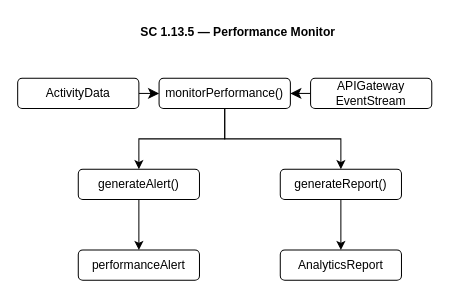
This is 03_Team_Work/Team5/Milestone_3_Components/IC_Done/AGS_M3_Team5_PerformanceMonitorSC_v01.drawio from JmmonJeremy/CareerBound-SDD, a draw.io file, before an edit. Source tidied: cells renumbered, new cells numbered last; positions are measured from the earlier drawing's top-left corner, leaving out a move shared by most shapes. Both pictures are drawn from the tidied source at 101%, with x=0, y=0 at pixel (17, 17).
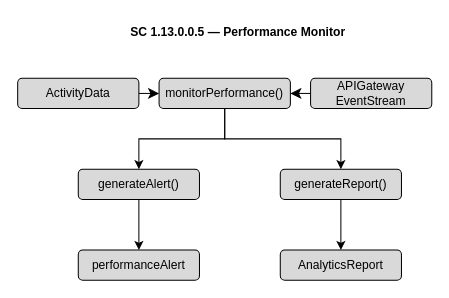
The same diagram, later.

Commit message (it also covers changes not shown here):
Team 5 Updated diagrams ESO and PM

Diff of the diagram source:
```diff
@@
 <mxGraphModel>
   <root>
     <mxCell id="0" />
     <mxCell id="1" parent="0" />
     <mxCell id="2" style="edgeStyle=none;curved=1;rounded=0;jettySize=auto;html=1;fontSize=12;startSize=8;endSize=8;" parent="1" edge="1" source="3" target="6">
       <mxGeometry relative="1" as="geometry" />
     </mxCell>
-    <mxCell id="3" value="ActivityData" style="rounded=1;whiteSpace=wrap;html=1;" parent="1" vertex="1">
+    <mxCell id="3" value="ActivityData" style="rounded=1;whiteSpace=wrap;html=1;fillColor=#D9D9D9;" parent="1" vertex="1">
       <mxGeometry y="60" width="120" height="30" as="geometry" />
     </mxCell>
     <mxCell id="4" style="edgeStyle=orthogonalEdgeStyle;rounded=0;jettySize=auto;html=1;" parent="1" edge="1" source="6" target="12">
       <mxGeometry relative="1" as="geometry" />
     </mxCell>
     <mxCell id="5" style="edgeStyle=orthogonalEdgeStyle;rounded=0;jettySize=auto;html=1;" parent="1" edge="1" source="6" target="10">
       <mxGeometry relative="1" as="geometry" />
     </mxCell>
-    <mxCell id="6" value="monitorPerformance()" style="rounded=1;whiteSpace=wrap;html=1;" parent="1" vertex="1">
+    <mxCell id="6" value="monitorPerformance()" style="rounded=1;whiteSpace=wrap;html=1;fillColor=#D9D9D9;" parent="1" vertex="1">
       <mxGeometry x="140" y="60" width="130" height="30" as="geometry" />
     </mxCell>
     <mxCell id="7" style="edgeStyle=none;curved=1;rounded=0;jettySize=auto;html=1;fontSize=12;startSize=8;endSize=8;" parent="1" edge="1" source="8" target="6">
       <mxGeometry relative="1" as="geometry" />
     </mxCell>
-    <mxCell id="8" value="APIGateway EventStream" style="rounded=1;whiteSpace=wrap;html=1;" parent="1" vertex="1">
+    <mxCell id="8" value="APIGateway EventStream" style="rounded=1;whiteSpace=wrap;html=1;fillColor=#D9D9D9;" parent="1" vertex="1">
       <mxGeometry x="290" y="60" width="120" height="30" as="geometry" />
     </mxCell>
     <mxCell id="9" style="edgeStyle=orthogonalEdgeStyle;rounded=0;jettySize=auto;html=1;entryX=0.5;entryY=0;entryDx=0;entryDy=0;" parent="1" edge="1" source="10" target="13">
       <mxGeometry relative="1" as="geometry" />
     </mxCell>
-    <mxCell id="10" value="generateAlert()" style="rounded=1;whiteSpace=wrap;html=1;" parent="1" vertex="1">
+    <mxCell id="10" value="generateAlert()" style="rounded=1;whiteSpace=wrap;html=1;fillColor=#D9D9D9;" parent="1" vertex="1">
       <mxGeometry x="60" y="150" width="120" height="30" as="geometry" />
     </mxCell>
     <mxCell id="11" style="edgeStyle=orthogonalEdgeStyle;rounded=0;jettySize=auto;html=1;" parent="1" edge="1" source="12" target="14">
       <mxGeometry relative="1" as="geometry" />
     </mxCell>
-    <mxCell id="12" value="generateReport()" style="rounded=1;whiteSpace=wrap;html=1;" parent="1" vertex="1">
+    <mxCell id="12" value="generateReport()" style="rounded=1;whiteSpace=wrap;html=1;fillColor=#D9D9D9;" parent="1" vertex="1">
       <mxGeometry x="260" y="150" width="120" height="30" as="geometry" />
     </mxCell>
-    <mxCell id="13" value="performanceAlert" style="rounded=1;whiteSpace=wrap;html=1;" parent="1" vertex="1">
+    <mxCell id="13" value="performanceAlert" style="rounded=1;whiteSpace=wrap;html=1;fillColor=#D9D9D9;" parent="1" vertex="1">
       <mxGeometry x="60" y="230" width="120" height="30" as="geometry" />
     </mxCell>
-    <mxCell id="14" value="AnalyticsReport" style="rounded=1;whiteSpace=wrap;html=1;" parent="1" vertex="1">
+    <mxCell id="14" value="AnalyticsReport" style="rounded=1;whiteSpace=wrap;html=1;fillColor=#D9D9D9;" parent="1" vertex="1">
       <mxGeometry x="260" y="230" width="120" height="30" as="geometry" />
     </mxCell>
-    <mxCell id="15" value="&lt;b&gt;SC 1.13.5 — Performance Monitor&amp;nbsp;&lt;/b&gt;" style="text;html=1;whiteSpace=wrap;strokeColor=none;fillColor=none;align=center;verticalAlign=middle;rounded=0;" parent="1" vertex="1">
+    <mxCell id="15" value="&lt;b&gt;SC 1.13.0.0.5 — Performance Monitor&amp;nbsp;&lt;/b&gt;" style="text;html=1;whiteSpace=wrap;strokeColor=none;fillColor=none;align=center;verticalAlign=middle;rounded=0;" parent="1" vertex="1">
       <mxGeometry x="40" width="360" height="30" as="geometry" />
     </mxCell>
   </root>
 </mxGraphModel>
```
